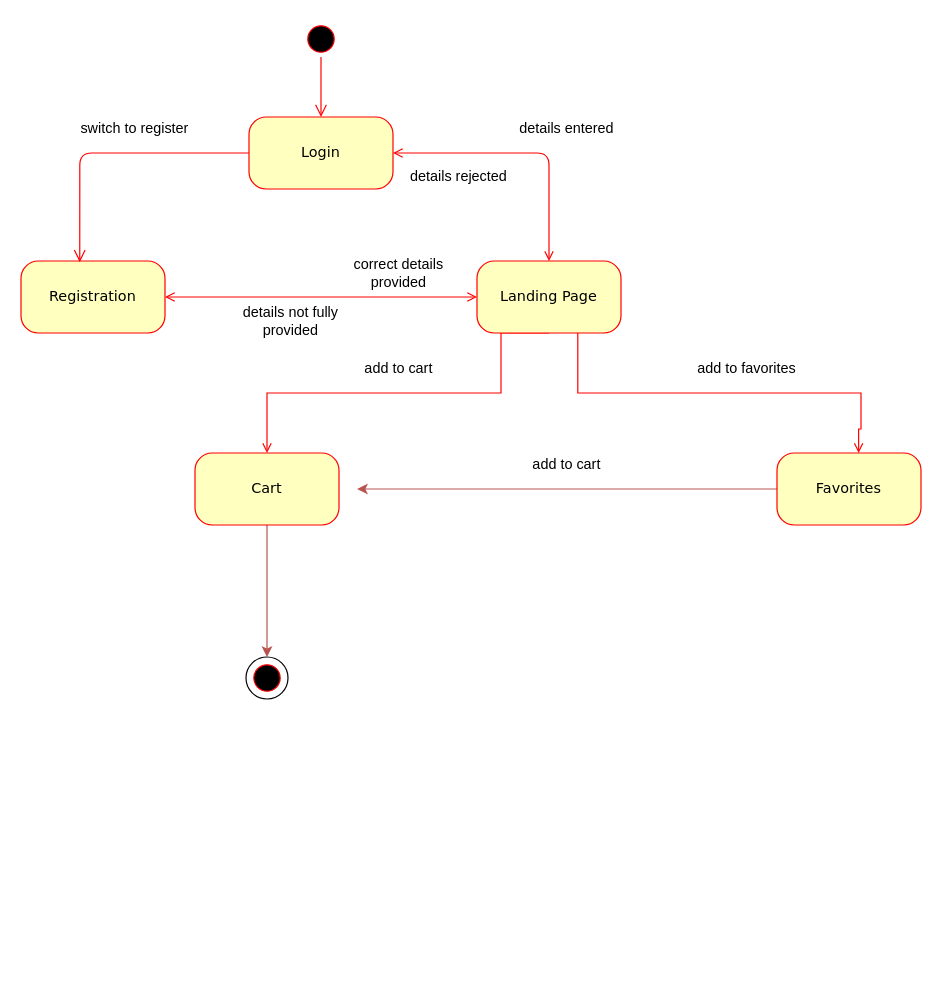
This is io_files/state_diagram.drawio from Fankholor/WitsMarketplace, a draw.io file, before an edit. Source tidied: cells renumbered, new cells numbered last; positions are measured from the earlier drawing's top-left corner, leaving out a move shared by most shapes. Both pictures are drawn from the tidied source at 120%, with x=0, y=0 at pixel (20, 20).
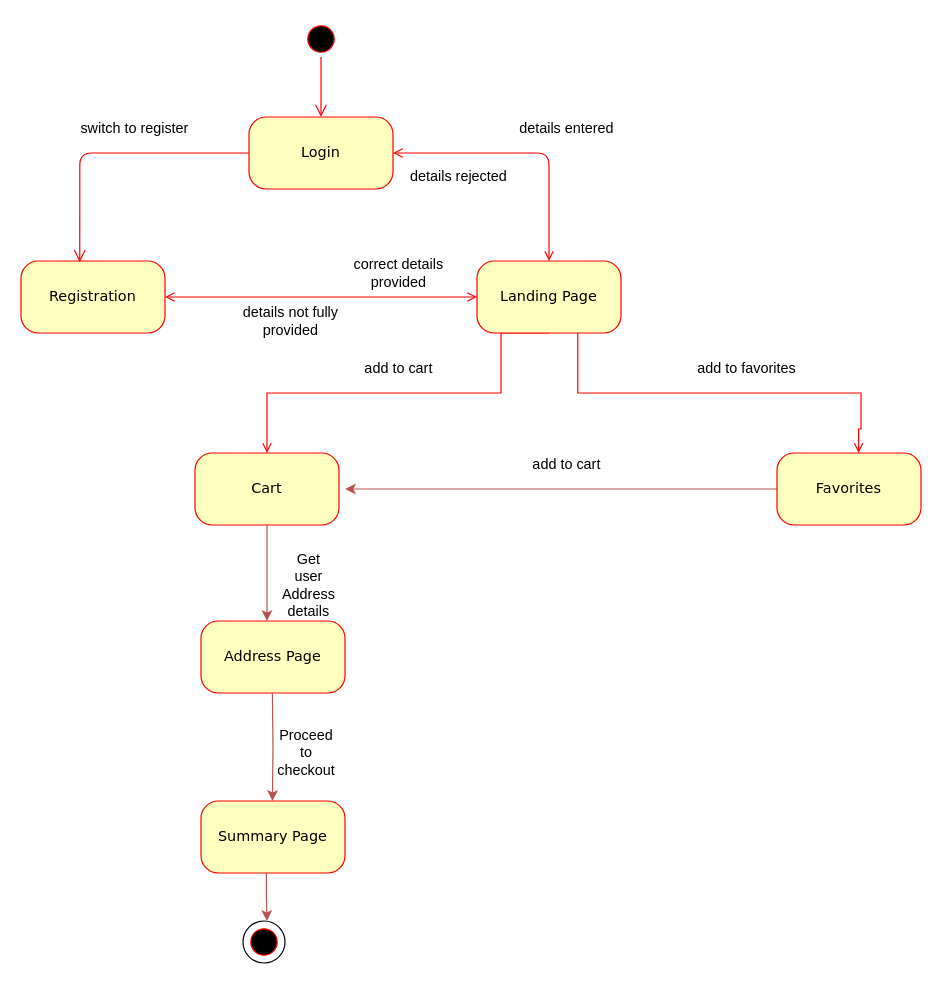
The same diagram, later.

The change refers to these unchanged cells:
```xml
<mxCell id="19" value="Cart" style="rounded=1;whiteSpace=wrap;html=1;arcSize=24;fillColor=#ffffc0;strokeColor=#ff0000;shadow=0;comic=0;labelBackgroundColor=none;fontFamily=Verdana;fontSize=12;fontColor=#000000;align=center;" parent="1" vertex="1">
  <mxGeometry x="145" y="360" width="120" height="60" as="geometry" />
</mxCell>
<mxCell id="22" value="Favorites" style="rounded=1;whiteSpace=wrap;html=1;arcSize=24;fillColor=#ffffc0;strokeColor=#ff0000;shadow=0;comic=0;labelBackgroundColor=none;fontFamily=Verdana;fontSize=12;fontColor=#000000;align=center;" parent="1" vertex="1">
  <mxGeometry x="630" y="360" width="120" height="60" as="geometry" />
</mxCell>
```

What changed in the source:
```diff
@@
     <mxCell id="14" style="ellipse;html=1;shape=startState;fillColor=#000000;strokeColor=#ff0000;rounded=1;shadow=0;comic=0;labelBackgroundColor=none;fontFamily=Verdana;fontSize=12;fontColor=#000000;align=center;direction=south;" parent="1" vertex="1">
-      <mxGeometry x="190" y="532.5" width="30" height="30" as="geometry" />
+      <mxGeometry x="187.5" y="752.5" width="30" height="30" as="geometry" />
     </mxCell>
     <mxCell id="15" style="ellipse;whiteSpace=wrap;html=1;fillColor=none;" parent="1" vertex="1">
-      <mxGeometry x="187.5" y="530" width="35" height="35" as="geometry" />
+      <mxGeometry x="185" y="750" width="35" height="35" as="geometry" />
     </mxCell>
@@
-    <mxCell id="18" style="edgeStyle=orthogonalEdgeStyle;rounded=0;jettySize=auto;html=1;entryX=0.5;entryY=0;entryDx=0;entryDy=0;fillColor=#f8cecc;strokeColor=#b85450;" parent="1" edge="1" source="19" target="15">
-      <mxGeometry relative="1" as="geometry" />
-    </mxCell>
@@
     <mxCell id="21" style="edgeStyle=orthogonalEdgeStyle;rounded=0;jettySize=auto;html=1;fillColor=#f8cecc;strokeColor=#b85450;" parent="1" edge="1" source="22">
       <mxGeometry relative="1" as="geometry">
-        <mxPoint x="280" y="390" as="targetPoint" />
+        <mxPoint x="270" y="390" as="targetPoint" />
       </mxGeometry>
     </mxCell>
@@
+    <mxCell id="26" value="Address Page" style="rounded=1;whiteSpace=wrap;html=1;arcSize=24;fillColor=#ffffc0;strokeColor=#ff0000;shadow=0;comic=0;labelBackgroundColor=none;fontFamily=Verdana;fontSize=12;fontColor=#000000;align=center;" parent="1" vertex="1">
+      <mxGeometry x="150" y="500" width="120" height="60" as="geometry" />
+    </mxCell>
+    <mxCell id="27" style="edgeStyle=orthogonalEdgeStyle;rounded=0;jettySize=auto;html=1;fillColor=#f8cecc;strokeColor=#b85450;exitX=0.5;exitY=1;exitDx=0;exitDy=0;" parent="1" edge="1" source="19">
+      <mxGeometry relative="1" as="geometry">
+        <mxPoint x="205" y="500" as="targetPoint" />
+      </mxGeometry>
+    </mxCell>
+    <mxCell id="28" value="Get user Address details" style="text;html=1;strokeColor=none;fillColor=none;align=center;verticalAlign=middle;whiteSpace=wrap;rounded=0;hachureGap=4;" parent="1" vertex="1">
+      <mxGeometry x="220" y="460" width="40" height="20" as="geometry" />
+    </mxCell>
+    <mxCell id="29" value="Summary Page" style="rounded=1;whiteSpace=wrap;html=1;arcSize=24;fillColor=#ffffc0;strokeColor=#ff0000;shadow=0;comic=0;labelBackgroundColor=none;fontFamily=Verdana;fontSize=12;fontColor=#000000;align=center;" parent="1" vertex="1">
+      <mxGeometry x="150" y="650" width="120" height="60" as="geometry" />
+    </mxCell>
+    <mxCell id="30" style="edgeStyle=orthogonalEdgeStyle;rounded=0;jettySize=auto;html=1;fillColor=#f8cecc;strokeColor=#b85450;exitX=0.5;exitY=1;exitDx=0;exitDy=0;entryX=0.496;entryY=0;entryDx=0;entryDy=0;entryPerimeter=0;" parent="1" edge="1" target="29">
+      <mxGeometry relative="1" as="geometry">
+        <mxPoint x="209.5" y="560" as="sourcePoint" />
+      </mxGeometry>
+    </mxCell>
+    <mxCell id="31" value="Proceed to checkout" style="text;html=1;strokeColor=none;fillColor=none;align=center;verticalAlign=middle;whiteSpace=wrap;rounded=0;hachureGap=4;" parent="1" vertex="1">
+      <mxGeometry x="217.5" y="600" width="40" height="20" as="geometry" />
+    </mxCell>
+    <mxCell id="32" style="edgeStyle=orthogonalEdgeStyle;rounded=0;orthogonalLoop=1;jettySize=auto;html=1;fillColor=#f8cecc;strokeColor=#b85450;exitX=0.5;exitY=1;exitDx=0;exitDy=0;" parent="1" edge="1">
+      <mxGeometry relative="1" as="geometry">
+        <mxPoint x="204.5" y="710" as="sourcePoint" />
+        <mxPoint x="205" y="750" as="targetPoint" />
+        <Array as="points">
+          <mxPoint x="205" y="730" />
+          <mxPoint x="205" y="730" />
+        </Array>
+      </mxGeometry>
+    </mxCell>
```
